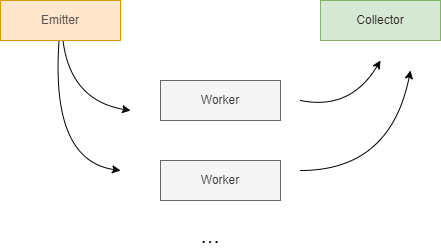
gabrielrih/setrem-parallel-programming keeps this draw.io diagram as .pattern.drawio.png. Above is the earlier version. Source tidied: cells renumbered, new cells last; positions are measured from the earlier drawing's top-left corner, leaving out a move shared by most shapes.
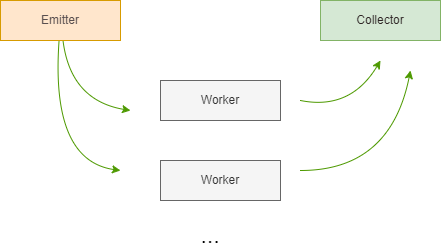
Above is the later version.

Change to the diagram source:
```diff
@@ -2,7 +2,7 @@
   <root>
     <mxCell id="0" />
     <mxCell id="1" parent="0" />
-    <mxCell id="2" style="edgeStyle=none;html=1;fontSize=23;curved=1;fontColor=default;labelBackgroundColor=#3e2d52;" parent="1" edge="1" source="4">
+    <mxCell id="2" style="edgeStyle=none;html=1;fontSize=23;curved=1;fontColor=default;labelBackgroundColor=#535353;strokeColor=#4D9900;" parent="1" edge="1" source="4">
       <mxGeometry relative="1" as="geometry">
         <mxPoint x="130" y="110" as="targetPoint" />
         <Array as="points">
@@ -10,7 +10,7 @@
         </Array>
       </mxGeometry>
     </mxCell>
-    <mxCell id="3" style="edgeStyle=none;curved=1;html=1;fontSize=23;" parent="1" edge="1" source="4">
+    <mxCell id="3" style="edgeStyle=none;curved=1;html=1;fontSize=23;strokeColor=#4D9900;" parent="1" edge="1" source="4">
       <mxGeometry relative="1" as="geometry">
         <mxPoint x="120" y="170" as="targetPoint" />
         <Array as="points">
@@ -24,7 +24,7 @@
     <mxCell id="5" value="Collector" style="rounded=0;whiteSpace=wrap;html=1;fillColor=#d5e8d4;strokeColor=#82b366;fontColor=#2d2424;" parent="1" vertex="1">
       <mxGeometry x="320" width="120" height="40" as="geometry" />
     </mxCell>
-    <mxCell id="6" style="edgeStyle=none;curved=1;html=1;fontSize=23;" parent="1" edge="1">
+    <mxCell id="6" style="edgeStyle=none;curved=1;html=1;fontSize=23;strokeColor=#4D9900;" parent="1" edge="1">
       <mxGeometry relative="1" as="geometry">
         <mxPoint x="300" y="100" as="sourcePoint" />
         <mxPoint x="380" y="60" as="targetPoint" />
@@ -36,7 +36,7 @@
     <mxCell id="7" value="Worker" style="rounded=0;whiteSpace=wrap;html=1;fillColor=#f5f5f5;fontColor=#333333;strokeColor=#666666;" parent="1" vertex="1">
       <mxGeometry x="160" y="80" width="120" height="40" as="geometry" />
     </mxCell>
-    <mxCell id="8" style="edgeStyle=none;curved=1;html=1;fontSize=23;" parent="1" edge="1">
+    <mxCell id="8" style="edgeStyle=none;curved=1;html=1;fontSize=23;strokeColor=#4D9900;" parent="1" edge="1">
       <mxGeometry relative="1" as="geometry">
         <mxPoint x="300" y="170" as="sourcePoint" />
         <mxPoint x="410" y="70" as="targetPoint" />
```
